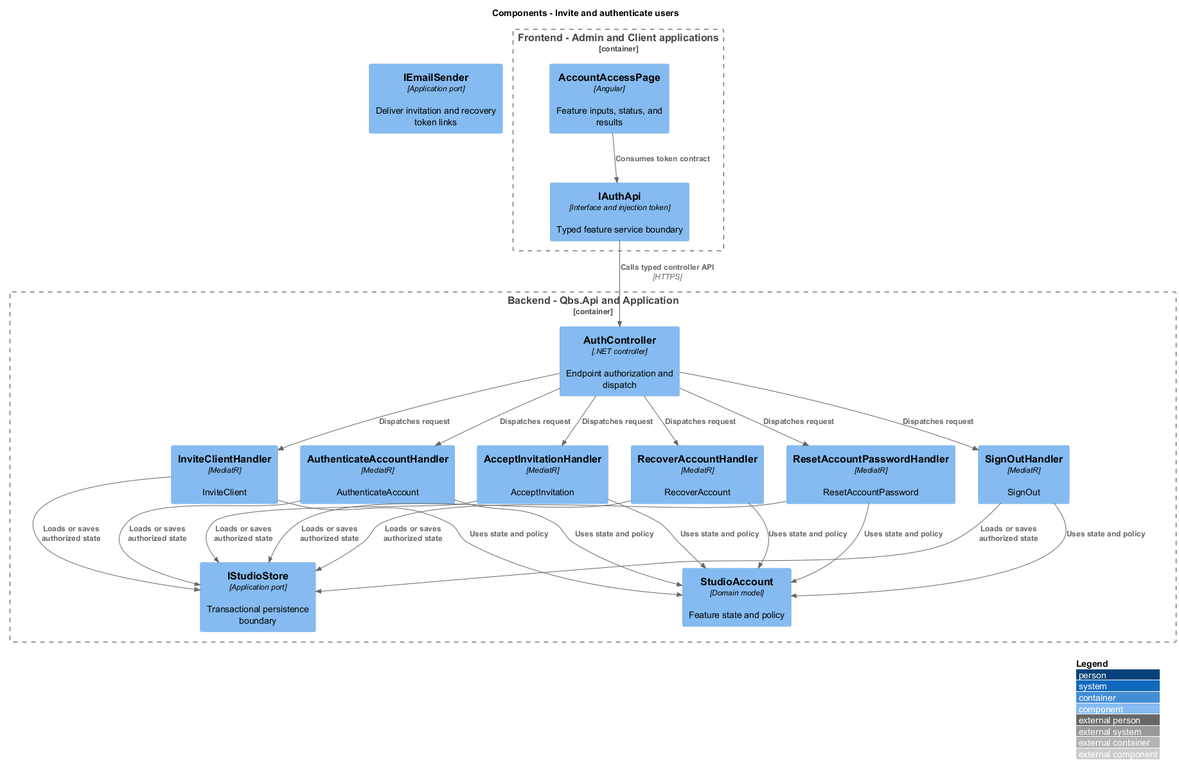
Earlier version of the PlantUML export docs/detailed-designs/client-access/invite-and-authenticate-users/diagrams/c4-component.png (QuinntyneBrown/quinntyne-brown-studio).
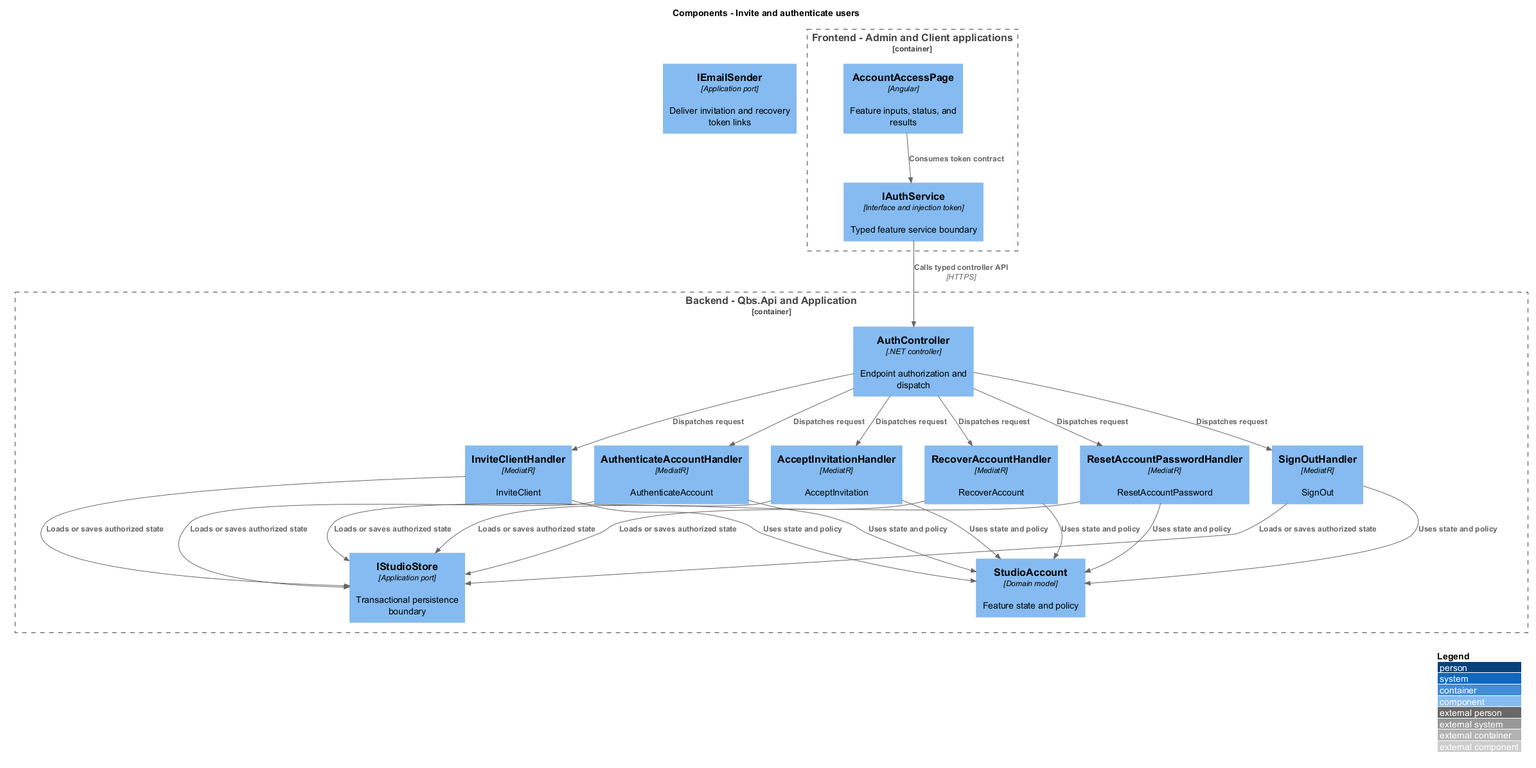
After the commit.

Change to the diagram source:
```diff
@@ -4,7 +4,7 @@
 title Components - Invite and authenticate users
 Container_Boundary(frontend, "Frontend - Admin and Client applications") {
  Component(page, "AccountAccessPage", "Angular", "Feature inputs, status, and results")
- Component(client, "IAuthApi", "Interface and injection token", "Typed feature service boundary")
+ Component(client, "IAuthService", "Interface and injection token", "Typed feature service boundary")
 }
 Container_Boundary(api, "Backend - Qbs.Api and Application") {
  Component(ctrl, "AuthController", ".NET controller", "Endpoint authorization and dispatch")
```
